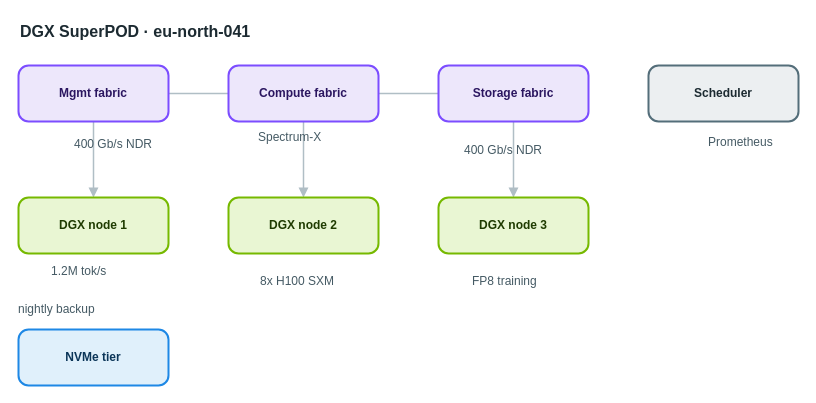
The draw.io diagram apps/web/public/samples/library/041-dgx-superpod.drawio in AryanG01/open-apprentice, before the edit. Source tidied: cells renumbered, new cells numbered last; positions are measured from the earlier drawing's top-left corner, leaving out a move shared by most shapes. Both pictures are drawn from the tidied source at 100%, with x=0, y=0 at pixel (18, 17).
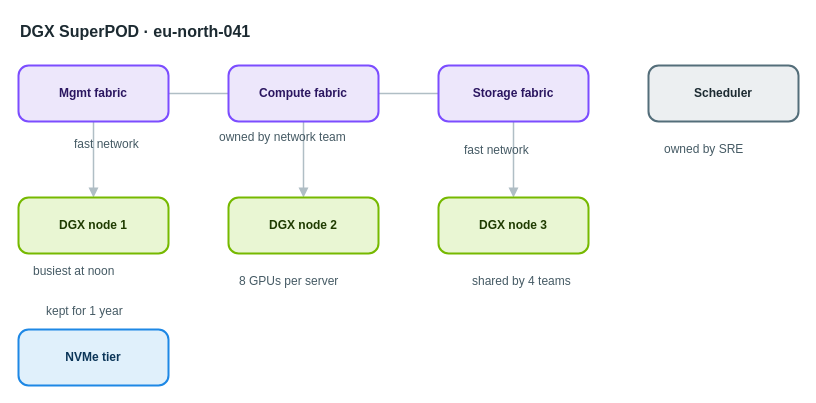
The same diagram, later.

Diff of the diagram source:
```diff
@@
-    <mxCell id="14" value="400 Gb/s NDR" style="text;html=1;align=left;verticalAlign=top;whiteSpace=nowrap;spacing=0;spacingTop=0;strokeColor=none;fillColor=none;fontSize=12;fontColor=#455a64;" parent="1" vertex="1">
+    <mxCell id="14" value="fast network" style="text;html=1;align=left;verticalAlign=top;whiteSpace=nowrap;spacing=0;spacingTop=0;strokeColor=none;fillColor=none;fontSize=12;fontColor=#455a64;" parent="1" vertex="1">
       <mxGeometry x="56" y="115" width="96" height="20" as="geometry" />
     </mxCell>
-    <mxCell id="15" value="Spectrum-X" style="text;html=1;align=left;verticalAlign=top;whiteSpace=nowrap;spacing=0;spacingTop=0;strokeColor=none;fillColor=none;fontSize=12;fontColor=#455a64;" parent="1" vertex="1">
-      <mxGeometry x="240" y="108" width="82" height="20" as="geometry" />
+    <mxCell id="15" value="owned by network team" style="text;html=1;align=left;verticalAlign=top;whiteSpace=nowrap;spacing=0;spacingTop=0;strokeColor=none;fillColor=none;fontSize=12;fontColor=#455a64;" parent="1" vertex="1">
+      <mxGeometry x="201" y="108" width="159" height="20" as="geometry" />
     </mxCell>
-    <mxCell id="16" value="400 Gb/s NDR" style="text;html=1;align=left;verticalAlign=top;whiteSpace=nowrap;spacing=0;spacingTop=0;strokeColor=none;fillColor=none;fontSize=12;fontColor=#455a64;" parent="1" vertex="1">
+    <mxCell id="16" value="fast network" style="text;html=1;align=left;verticalAlign=top;whiteSpace=nowrap;spacing=0;spacingTop=0;strokeColor=none;fillColor=none;fontSize=12;fontColor=#455a64;" parent="1" vertex="1">
       <mxGeometry x="446" y="121" width="96" height="20" as="geometry" />
     </mxCell>
-    <mxCell id="17" value="1.2M tok/s" style="text;html=1;align=left;verticalAlign=top;whiteSpace=nowrap;spacing=0;spacingTop=0;strokeColor=none;fillColor=none;fontSize=12;fontColor=#455a64;" parent="1" vertex="1">
-      <mxGeometry x="33" y="242" width="82" height="20" as="geometry" />
+    <mxCell id="17" value="busiest at noon" style="text;html=1;align=left;verticalAlign=top;whiteSpace=nowrap;spacing=0;spacingTop=0;strokeColor=none;fillColor=none;fontSize=12;fontColor=#455a64;" parent="1" vertex="1">
+      <mxGeometry x="15" y="242" width="117" height="20" as="geometry" />
     </mxCell>
-    <mxCell id="18" value="8x H100 SXM" style="text;html=1;align=left;verticalAlign=top;whiteSpace=nowrap;spacing=0;spacingTop=0;strokeColor=none;fillColor=none;fontSize=12;fontColor=#455a64;" parent="1" vertex="1">
-      <mxGeometry x="242" y="252" width="89" height="20" as="geometry" />
+    <mxCell id="18" value="8 GPUs per server" style="text;html=1;align=left;verticalAlign=top;whiteSpace=nowrap;spacing=0;spacingTop=0;strokeColor=none;fillColor=none;fontSize=12;fontColor=#455a64;" parent="1" vertex="1">
+      <mxGeometry x="221" y="252" width="131" height="20" as="geometry" />
     </mxCell>
-    <mxCell id="19" value="FP8 training" style="text;html=1;align=left;verticalAlign=top;whiteSpace=nowrap;spacing=0;spacingTop=0;strokeColor=none;fillColor=none;fontSize=12;fontColor=#455a64;" parent="1" vertex="1">
-      <mxGeometry x="454" y="252" width="96" height="20" as="geometry" />
+    <mxCell id="19" value="shared by 4 teams" style="text;html=1;align=left;verticalAlign=top;whiteSpace=nowrap;spacing=0;spacingTop=0;strokeColor=none;fillColor=none;fontSize=12;fontColor=#455a64;" parent="1" vertex="1">
+      <mxGeometry x="454" y="252" width="131" height="20" as="geometry" />
     </mxCell>
-    <mxCell id="20" value="nightly backup" style="text;html=1;align=left;verticalAlign=top;whiteSpace=nowrap;spacing=0;spacingTop=0;strokeColor=none;fillColor=none;fontSize=12;fontColor=#455a64;" parent="1" vertex="1">
-      <mxGeometry y="280" width="110" height="20" as="geometry" />
+    <mxCell id="20" value="kept for 1 year" style="text;html=1;align=left;verticalAlign=top;whiteSpace=nowrap;spacing=0;spacingTop=0;strokeColor=none;fillColor=none;fontSize=12;fontColor=#455a64;" parent="1" vertex="1">
+      <mxGeometry x="28" y="282" width="117" height="20" as="geometry" />
     </mxCell>
-    <mxCell id="21" value="Prometheus" style="text;html=1;align=left;verticalAlign=top;whiteSpace=nowrap;spacing=0;spacingTop=0;strokeColor=none;fillColor=none;fontSize=12;fontColor=#455a64;" parent="1" vertex="1">
-      <mxGeometry x="690" y="113" width="82" height="20" as="geometry" />
+    <mxCell id="21" value="owned by SRE" style="text;html=1;align=left;verticalAlign=top;whiteSpace=nowrap;spacing=0;spacingTop=0;strokeColor=none;fillColor=none;fontSize=12;fontColor=#455a64;" parent="1" vertex="1">
+      <mxGeometry x="646" y="120" width="96" height="20" as="geometry" />
     </mxCell>
```
